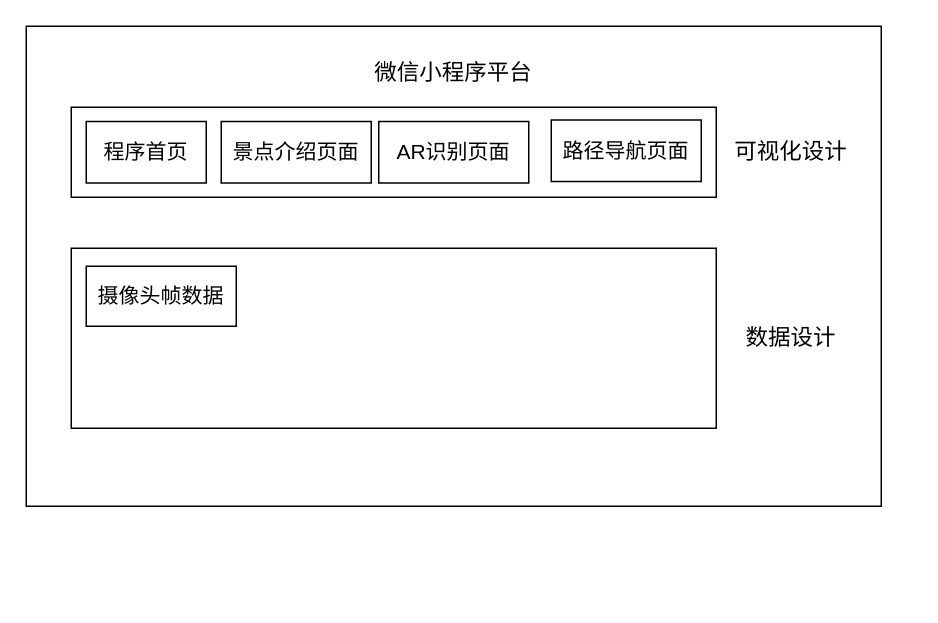
Above: page "微信小程序端架构图" (1 of 15) of Untitled Diagram.drawio in lz-tc/lz-tc.github.io (draw.io), before the change. Source tidied: cells renumbered, new cells numbered last; positions are measured from the earlier drawing's top-left corner, leaving out a move shared by most shapes. Both pictures are drawn from the tidied source at 150%, with x=0, y=0 at pixel (26, 26).
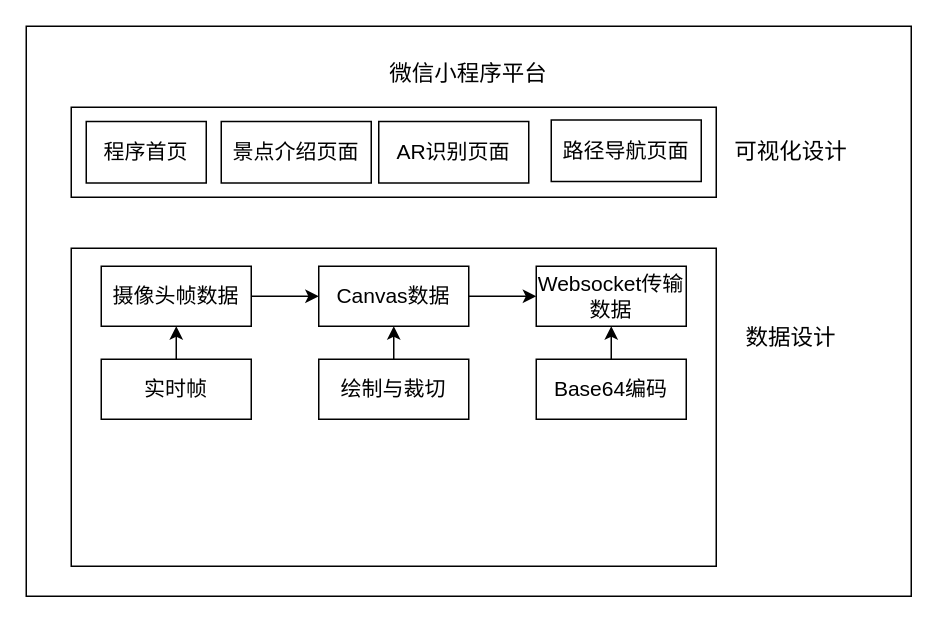
Above is the later version.

The edit, as a diff of the source:
```diff
@@
-    <mxCell id="2" value="&lt;font face=&quot;songti&quot;&gt;&lt;span style=&quot;font-size: 15px&quot;&gt;微信小程序平台&lt;/span&gt;&lt;br&gt;&lt;br&gt;&lt;br&gt;&lt;br&gt;&lt;br&gt;&lt;br&gt;&lt;br&gt;&lt;br&gt;&lt;br&gt;&lt;br&gt;&lt;br&gt;&lt;br&gt;&lt;br&gt;&lt;br&gt;&lt;br&gt;&lt;br&gt;&lt;br&gt;&lt;br&gt;&lt;br&gt;&lt;/font&gt;" style="rounded=0;whiteSpace=wrap;html=1;" parent="1" vertex="1">
-      <mxGeometry width="570" height="320" as="geometry" />
+    <mxCell id="2" value="&lt;font face=&quot;songti&quot;&gt;&lt;span style=&quot;font-size: 15px&quot;&gt;微信小程序平台&lt;/span&gt;&lt;br&gt;&lt;br&gt;&lt;br&gt;&lt;br&gt;&lt;br&gt;&lt;br&gt;&lt;br&gt;&lt;br&gt;&lt;br&gt;&lt;br&gt;&lt;br&gt;&lt;br&gt;&lt;br&gt;&lt;br&gt;&lt;br&gt;&lt;br&gt;&lt;br&gt;&lt;br&gt;&lt;br&gt;&lt;br&gt;&lt;br&gt;&lt;br&gt;&lt;br&gt;&lt;/font&gt;" style="rounded=0;whiteSpace=wrap;html=1;" parent="1" vertex="1">
+      <mxGeometry width="590" height="380" as="geometry" />
     </mxCell>
@@
     <mxCell id="5" style="rounded=0;whiteSpace=wrap;html=1;fontSize=15;" parent="1" vertex="1">
-      <mxGeometry x="30" y="148" width="430" height="120" as="geometry" />
+      <mxGeometry x="30" y="148" width="430" height="212" as="geometry" />
     </mxCell>
@@
+    <mxCell id="12" style="edgeStyle=orthogonalEdgeStyle;rounded=0;jettySize=auto;html=1;exitX=1;exitY=0.5;exitDx=0;exitDy=0;entryX=0;entryY=0.5;entryDx=0;entryDy=0;fontFamily=songti;fontSize=14;" parent="1" edge="1" source="11" target="14">
+      <mxGeometry relative="1" as="geometry" />
+    </mxCell>
     <mxCell id="11" value="摄像头帧数据" style="rounded=0;whiteSpace=wrap;html=1;fontFamily=songti;fontSize=14;" parent="1" vertex="1">
-      <mxGeometry x="40" y="160" width="100" height="40" as="geometry" />
+      <mxGeometry x="50" y="160" width="100" height="40" as="geometry" />
     </mxCell>
+    <mxCell id="13" style="edgeStyle=orthogonalEdgeStyle;rounded=0;jettySize=auto;html=1;exitX=1;exitY=0.5;exitDx=0;exitDy=0;entryX=0;entryY=0.5;entryDx=0;entryDy=0;fontFamily=songti;fontSize=14;" parent="1" edge="1" source="14" target="15">
+      <mxGeometry relative="1" as="geometry" />
+    </mxCell>
+    <mxCell id="14" value="Canvas数据" style="rounded=0;whiteSpace=wrap;html=1;fontFamily=songti;fontSize=14;" parent="1" vertex="1">
+      <mxGeometry x="195" y="160" width="100" height="40" as="geometry" />
+    </mxCell>
+    <mxCell id="15" value="Websocket传输数据" style="rounded=0;whiteSpace=wrap;html=1;fontFamily=songti;fontSize=14;" parent="1" vertex="1">
+      <mxGeometry x="340" y="160" width="100" height="40" as="geometry" />
+    </mxCell>
+    <mxCell id="16" style="edgeStyle=orthogonalEdgeStyle;rounded=0;jettySize=auto;html=1;entryX=0.5;entryY=1;entryDx=0;entryDy=0;fontFamily=songti;fontSize=14;" parent="1" edge="1" source="17" target="11">
+      <mxGeometry relative="1" as="geometry" />
+    </mxCell>
+    <mxCell id="17" value="实时帧" style="rounded=0;whiteSpace=wrap;html=1;fontFamily=songti;fontSize=14;" parent="1" vertex="1">
+      <mxGeometry x="50" y="222" width="100" height="40" as="geometry" />
+    </mxCell>
+    <mxCell id="18" style="edgeStyle=orthogonalEdgeStyle;rounded=0;jettySize=auto;html=1;exitX=0.5;exitY=0;exitDx=0;exitDy=0;entryX=0.5;entryY=1;entryDx=0;entryDy=0;fontFamily=songti;fontSize=14;" parent="1" edge="1" source="19" target="14">
+      <mxGeometry relative="1" as="geometry" />
+    </mxCell>
+    <mxCell id="19" value="绘制与裁切" style="rounded=0;whiteSpace=wrap;html=1;fontFamily=songti;fontSize=14;" parent="1" vertex="1">
+      <mxGeometry x="195" y="222" width="100" height="40" as="geometry" />
+    </mxCell>
+    <mxCell id="20" style="edgeStyle=orthogonalEdgeStyle;rounded=0;jettySize=auto;html=1;exitX=0.5;exitY=0;exitDx=0;exitDy=0;entryX=0.5;entryY=1;entryDx=0;entryDy=0;fontFamily=songti;fontSize=14;" parent="1" edge="1" source="21" target="15">
+      <mxGeometry relative="1" as="geometry" />
+    </mxCell>
+    <mxCell id="21" value="Base64编码" style="rounded=0;whiteSpace=wrap;html=1;fontFamily=songti;fontSize=14;" parent="1" vertex="1">
+      <mxGeometry x="340" y="222" width="100" height="40" as="geometry" />
+    </mxCell>
```
